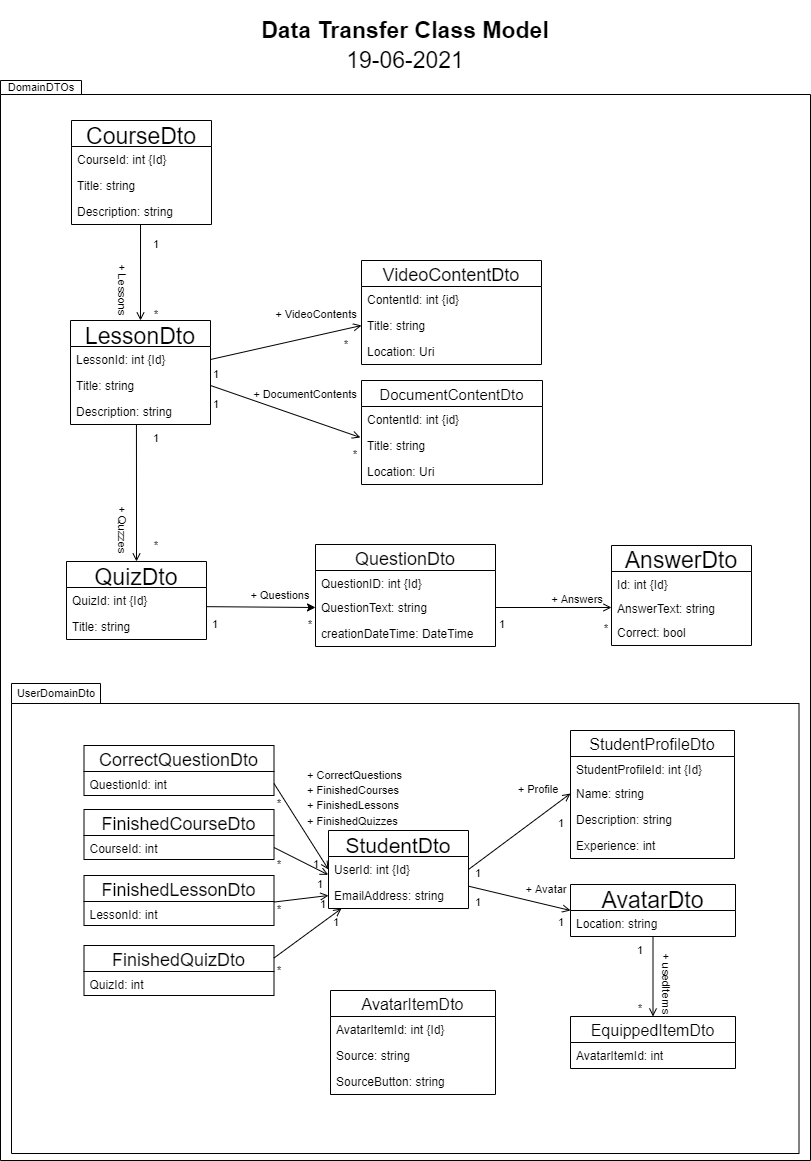
This is documentation/images/data_transfer_object_model.png from HM-DTLab-SoSe21-JimmaNeo/SoSe21-JimmaNeo-project_b, a draw.io export, as it was before one commit. Source tidied: cells renumbered, new cells last; positions are measured from the earlier drawing's top-left corner, leaving out a move shared by most shapes.
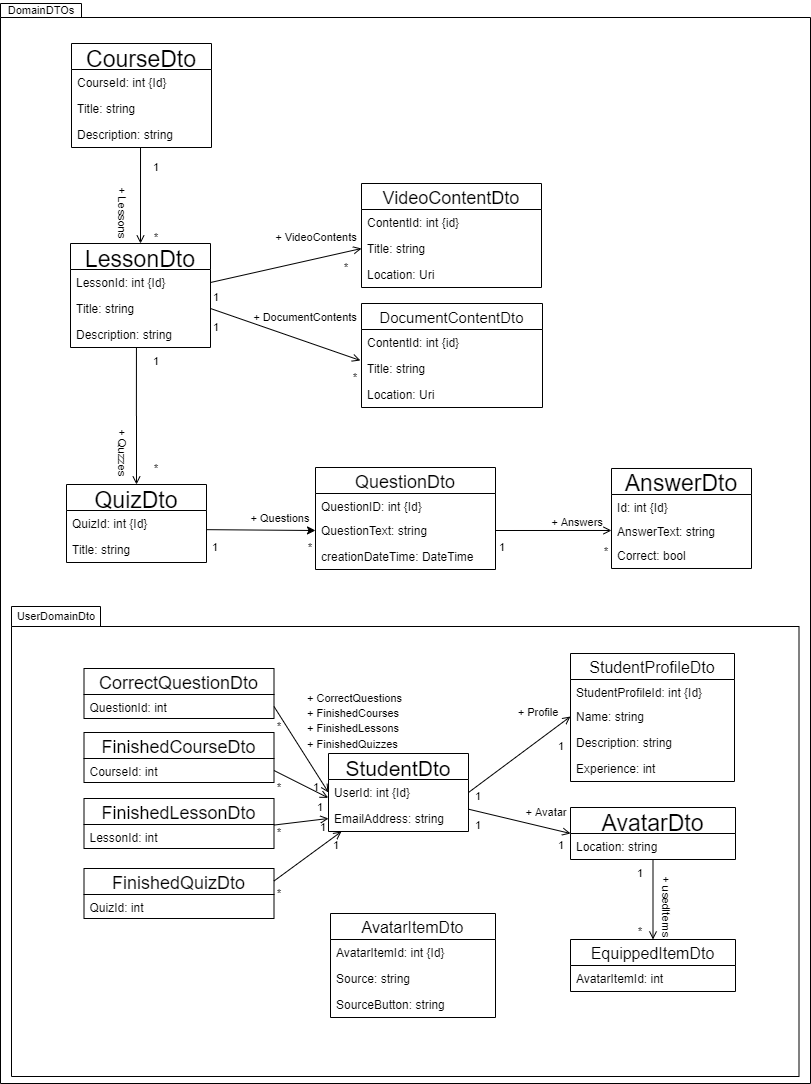
The same diagram one commit later.

What changed in the source:
```diff
@@ -11,12 +11,6 @@
     <mxCell id="4" value="UserDomainDto" style="text;html=1;strokeColor=none;fillColor=none;align=center;verticalAlign=middle;whiteSpace=wrap;rounded=0;fontSize=11;" parent="1" vertex="1">
       <mxGeometry x="35.5" y="683" width="40" height="20" as="geometry" />
     </mxCell>
-    <mxCell id="5" value="Data Transfer Class Model" style="text;html=1;strokeColor=none;fillColor=none;align=center;verticalAlign=middle;whiteSpace=wrap;rounded=0;fontStyle=1;fontSize=23;" parent="1" vertex="1">
-      <mxGeometry x="35" width="740" height="60" as="geometry" />
-    </mxCell>
-    <mxCell id="6" value="19-06-2021" style="text;html=1;strokeColor=none;fillColor=none;align=center;verticalAlign=middle;whiteSpace=wrap;rounded=0;fontSize=23;" parent="1" vertex="1">
-      <mxGeometry y="50" width="810" height="20" as="geometry" />
-    </mxCell>
     <mxCell id="7" value="CourseDto" style="swimlane;fontStyle=0;horizontal=1;startSize=26;fillColor=none;fontSize=23;" parent="1" vertex="1">
       <mxGeometry x="71" y="120" width="140" height="104" as="geometry" />
     </mxCell>
```
